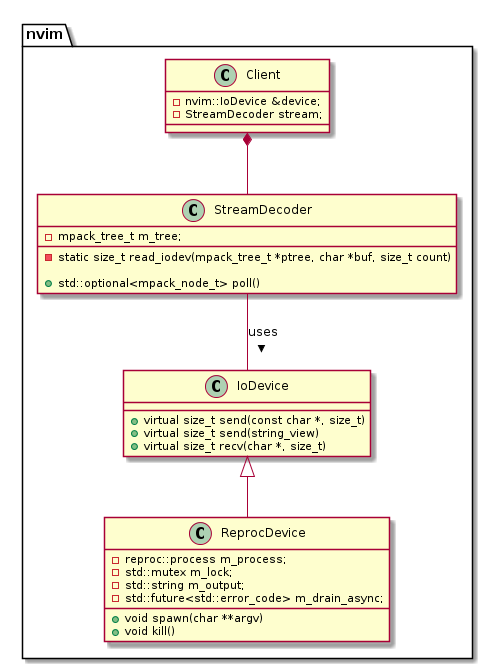
Before: docs/neoarch.png, a diagram exported from PlantUML (tricktux/rnvim).
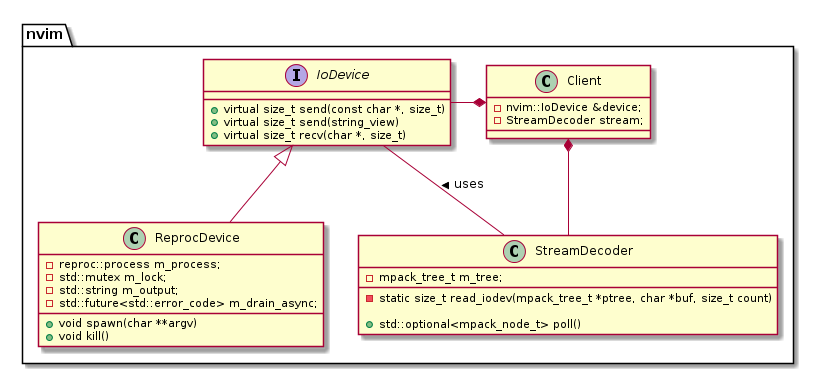
The same file after the commit.

Change to the diagram source:
```diff
@@ -2,7 +2,7 @@
 
 set namespaceSeparator ::
 
-class nvim::IoDevice {
+interface nvim::IoDevice {
 	+virtual size_t send(const char *, size_t)
 	+virtual size_t send(string_view)
 	+virtual size_t recv(char *, size_t)
@@ -34,8 +34,8 @@
 }
 
 nvim::Client *-- nvim::StreamDecoder
+nvim::Client *-left- nvim::IoDevice
 nvim::IoDevice <|-- nvim::ReprocDevice
 nvim::StreamDecoder -- nvim::IoDevice : uses >
 
-
 @enduml
```
